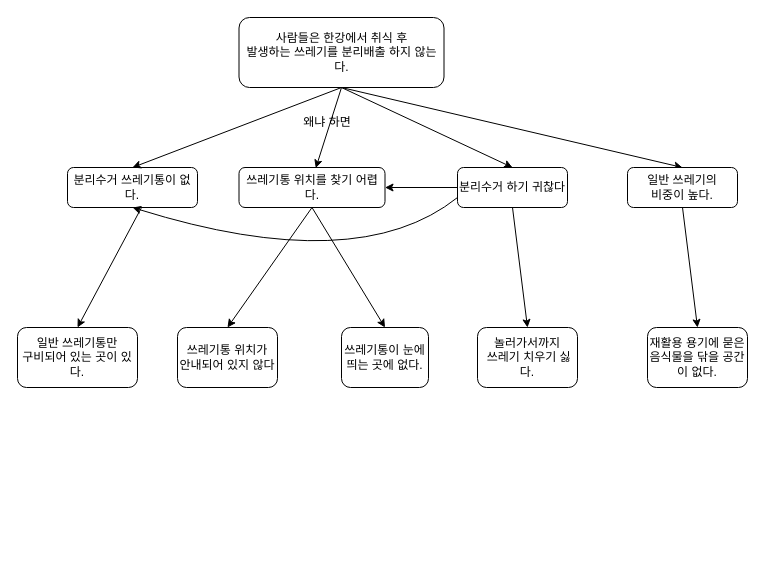
Earlier version of the draw.io diagram Untitled Diagram.drawio (shoeone96/QualitativeResearch). Source tidied: cells renumbered, new cells numbered last; positions are measured from the earlier drawing's top-left corner, leaving out a move shared by most shapes. Both pictures are drawn from the tidied source at 100%, with x=0, y=0 at pixel (17, 17).
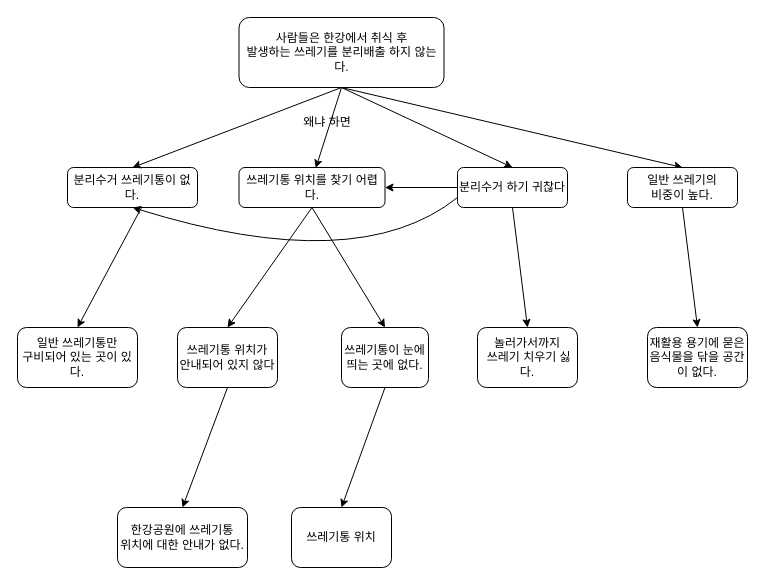
After the change.

The change refers to these unchanged cells:
```xml
<mxCell id="10" value="쓰레기통 위치가 &lt;br&gt;안내되어 있지 않다" style="rounded=1;whiteSpace=wrap;html=1;" parent="1" vertex="1">
  <mxGeometry x="160" y="310" width="100" height="60" as="geometry" />
</mxCell>
<mxCell id="12" value="쓰레기통이 눈에 띄는 곳에 없다." style="rounded=1;whiteSpace=wrap;html=1;" parent="1" vertex="1">
  <mxGeometry x="324" y="310" width="87" height="60" as="geometry" />
</mxCell>
```

Diff of the diagram source:
```diff
@@
+    <mxCell id="24" style="endArrow=classic;html=1;rounded=0;exitX=0.5;exitY=1;exitDx=0;exitDy=0;entryX=0.5;entryY=0;entryDx=0;entryDy=0;" parent="1" edge="1" source="10" target="25">
+      <mxGeometry relative="1" as="geometry" />
+    </mxCell>
+    <mxCell id="25" value="한강공원에 쓰레기통 &lt;br&gt;위치에 대한 안내가 없다." style="rounded=1;whiteSpace=wrap;html=1;" parent="1" vertex="1">
+      <mxGeometry x="100" y="490" width="130" height="60" as="geometry" />
+    </mxCell>
+    <mxCell id="26" style="endArrow=classic;html=1;rounded=0;exitX=0.5;exitY=1;exitDx=0;exitDy=0;" parent="1" edge="1" source="12">
+      <mxGeometry relative="1" as="geometry">
+        <mxPoint x="324" y="490" as="targetPoint" />
+      </mxGeometry>
+    </mxCell>
+    <mxCell id="27" value="쓰레기통 위치" style="rounded=1;whiteSpace=wrap;html=1;" parent="1" vertex="1">
+      <mxGeometry x="274" y="490" width="100" height="60" as="geometry" />
+    </mxCell>
```
